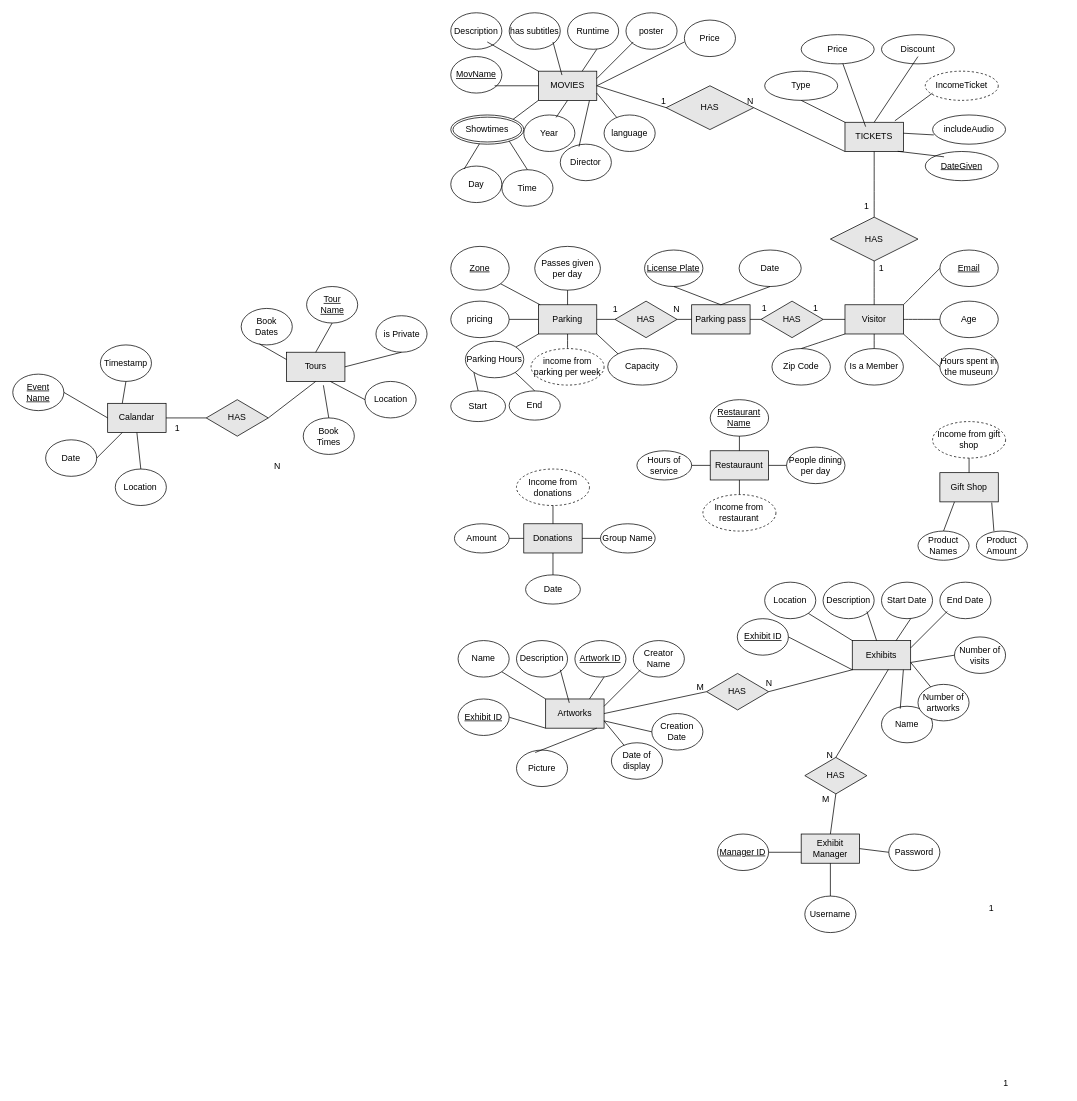
Above: Untitled Diagram.drawio in parzival-3x/MuseumDBProject (draw.io), before the change. Source tidied: cells renumbered, new cells numbered last; positions are measured from the earlier drawing's top-left corner, leaving out a move shared by most shapes. Both pictures are drawn from the tidied source at 73%, with x=0, y=0 at pixel (12, 12).
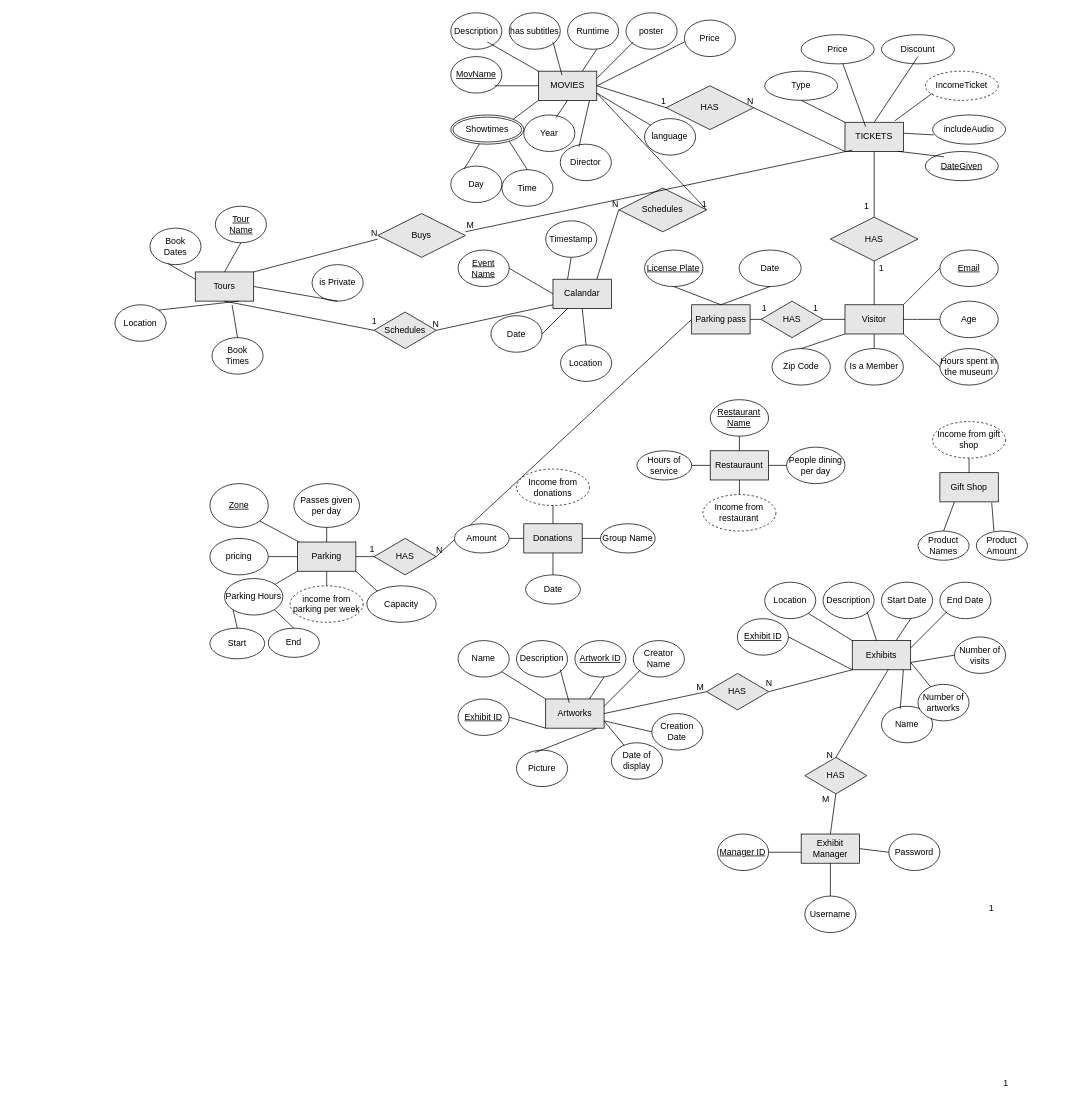
The same page after the edit.

Diff of the diagram source:
```diff
@@
     <mxCell id="9" value="language" style="ellipse;whiteSpace=wrap;html=1;labelBackgroundColor=none;strokeColor=default;fontColor=default;fillColor=#FFFFFF;" parent="1" vertex="1">
-      <mxGeometry x="810" y="140" width="70" height="50" as="geometry" />
+      <mxGeometry x="865.4" y="145" width="70" height="50" as="geometry" />
     </mxCell>
@@
     <mxCell id="44" value="Parking" style="rounded=0;whiteSpace=wrap;html=1;labelBackgroundColor=none;fillColor=#E6E6E6;strokeColor=default;align=center;fontColor=default;" parent="1" vertex="1">
-      <mxGeometry x="720" y="400" width="80" height="40" as="geometry" />
+      <mxGeometry x="390" y="725" width="80" height="40" as="geometry" />
     </mxCell>
     <mxCell id="45" value="Zone" style="ellipse;whiteSpace=wrap;html=1;fontStyle=4;" parent="1" vertex="1">
-      <mxGeometry x="600" y="320" width="80" height="60" as="geometry" />
+      <mxGeometry x="270" y="645" width="80" height="60" as="geometry" />
     </mxCell>
     <mxCell id="46" value="pricing" style="ellipse;whiteSpace=wrap;html=1;" parent="1" vertex="1">
-      <mxGeometry x="600" y="395" width="80" height="50" as="geometry" />
+      <mxGeometry x="270" y="720" width="80" height="50" as="geometry" />
     </mxCell>
     <mxCell id="47" value="Parking Hours" style="ellipse;whiteSpace=wrap;html=1;" parent="1" vertex="1">
-      <mxGeometry x="620" y="450" width="80" height="50" as="geometry" />
+      <mxGeometry x="290" y="775" width="80" height="50" as="geometry" />
     </mxCell>
     <mxCell id="48" value="Passes given per day" style="ellipse;whiteSpace=wrap;html=1;" parent="1" vertex="1">
-      <mxGeometry x="715" y="320" width="90" height="60" as="geometry" />
+      <mxGeometry x="385" y="645" width="90" height="60" as="geometry" />
     </mxCell>
     <mxCell id="49" value="income from parking per week" style="ellipse;whiteSpace=wrap;html=1;dashed=1;" parent="1" vertex="1">
-      <mxGeometry x="710" y="460" width="100" height="50" as="geometry" />
+      <mxGeometry x="380" y="785" width="100" height="50" as="geometry" />
     </mxCell>
@@
     <mxCell id="72" value="Capacity" style="ellipse;whiteSpace=wrap;html=1;" parent="1" vertex="1">
-      <mxGeometry x="815" y="460" width="95" height="50" as="geometry" />
+      <mxGeometry x="485" y="785" width="95" height="50" as="geometry" />
     </mxCell>
@@
     <mxCell id="74" style="endArrow=none;html=1;rounded=0;exitX=1;exitY=0.5;exitDx=0;exitDy=0;" parent="1" edge="1" source="44">
       <mxGeometry relative="1" as="geometry">
-        <mxPoint x="840" y="420" as="targetPoint" />
+        <mxPoint x="510" y="745" as="targetPoint" />
       </mxGeometry>
     </mxCell>
     <mxCell id="75" value="HAS" style="shape=rhombus;perimeter=rhombusPerimeter;whiteSpace=wrap;html=1;align=center;labelBackgroundColor=none;strokeColor=default;fontColor=default;fillColor=#E6E6E6;" parent="1" vertex="1">
-      <mxGeometry x="825" y="395" width="85" height="50" as="geometry" />
+      <mxGeometry x="495" y="720" width="85" height="50" as="geometry" />
     </mxCell>
@@
     <mxCell id="77" value="N" style="html=1;align=right;verticalAlign=bottom;labelBackgroundColor=none;strokeColor=default;fontColor=default;fillColor=#E6E6E6;" parent="1" vertex="1">
-      <mxGeometry x="1025" y="140" as="geometry">
+      <mxGeometry x="700" y="470" as="geometry">
         <mxPoint x="-111" y="275" as="offset" />
       </mxGeometry>
     </mxCell>
     <mxCell id="78" value="1" style="html=1;align=right;verticalAlign=bottom;labelBackgroundColor=none;strokeColor=default;fontColor=default;fillColor=#E6E6E6;" parent="1" vertex="1">
-      <mxGeometry x="905.4" y="140.1" as="geometry">
-        <mxPoint x="-76" y="275" as="offset" />
+      <mxGeometry x="680" y="355" as="geometry">
+        <mxPoint x="-181" y="76" as="offset" />
       </mxGeometry>
     </mxCell>
@@
     <mxCell id="89" value="Start" style="ellipse;whiteSpace=wrap;html=1;shadow=0;" parent="1" vertex="1">
-      <mxGeometry x="600" y="518" width="75" height="42" as="geometry" />
+      <mxGeometry x="270" y="843" width="75" height="42" as="geometry" />
     </mxCell>
     <mxCell id="90" value="End" style="ellipse;whiteSpace=wrap;html=1;shadow=0;" parent="1" vertex="1">
-      <mxGeometry x="680" y="518" width="70" height="40" as="geometry" />
+      <mxGeometry x="350" y="843" width="70" height="40" as="geometry" />
     </mxCell>
@@
     <mxCell id="159" value="Calandar" style="rounded=0;whiteSpace=wrap;html=1;labelBackgroundColor=none;fillColor=#E6E6E6;strokeColor=default;align=center;fontColor=default;" parent="1" vertex="1">
-      <mxGeometry x="130" y="535" width="80" height="40" as="geometry" />
+      <mxGeometry x="740" y="365" width="80" height="40" as="geometry" />
     </mxCell>
     <mxCell id="160" value="&lt;u&gt;Event&lt;br&gt;Name&lt;/u&gt;" style="ellipse;whiteSpace=wrap;html=1;labelBackgroundColor=none;strokeColor=default;fontColor=default;fillColor=#FFFFFF;" parent="1" vertex="1">
-      <mxGeometry y="495" width="70" height="50" as="geometry" />
+      <mxGeometry x="610" y="325" width="70" height="50" as="geometry" />
     </mxCell>
@@
     <mxCell id="162" value="Date" style="ellipse;whiteSpace=wrap;html=1;labelBackgroundColor=none;strokeColor=default;fontColor=default;fillColor=#FFFFFF;" parent="1" vertex="1">
-      <mxGeometry x="45" y="585" width="70" height="50" as="geometry" />
+      <mxGeometry x="655" y="415" width="70" height="50" as="geometry" />
     </mxCell>
     <mxCell id="163" value="Timestamp" style="ellipse;whiteSpace=wrap;html=1;labelBackgroundColor=none;strokeColor=default;fontColor=default;fillColor=#FFFFFF;" parent="1" vertex="1">
-      <mxGeometry x="120" y="455" width="70" height="50" as="geometry" />
+      <mxGeometry x="730" y="285" width="70" height="50" as="geometry" />
     </mxCell>
     <mxCell id="164" value="Location" style="ellipse;whiteSpace=wrap;html=1;labelBackgroundColor=none;strokeColor=default;fontColor=default;fillColor=#FFFFFF;" parent="1" vertex="1">
-      <mxGeometry x="140.4" y="625" width="70" height="50" as="geometry" />
+      <mxGeometry x="750.4" y="455" width="70" height="50" as="geometry" />
     </mxCell>
     <mxCell id="165" value="Tours" style="rounded=0;whiteSpace=wrap;html=1;labelBackgroundColor=none;fillColor=#E6E6E6;strokeColor=default;align=center;fontColor=default;" parent="1" vertex="1">
-      <mxGeometry x="375" y="465" width="80" height="40" as="geometry" />
+      <mxGeometry x="250" y="355" width="80" height="40" as="geometry" />
     </mxCell>
@@
-    <mxCell id="169" value="HAS" style="shape=rhombus;perimeter=rhombusPerimeter;whiteSpace=wrap;html=1;align=center;labelBackgroundColor=none;strokeColor=default;fontColor=default;fillColor=#E6E6E6;" parent="1" vertex="1">
-      <mxGeometry x="265" y="530" width="85" height="50" as="geometry" />
+    <mxCell id="169" value="Schedules" style="shape=rhombus;perimeter=rhombusPerimeter;whiteSpace=wrap;html=1;align=center;labelBackgroundColor=none;strokeColor=default;fontColor=default;fillColor=#E6E6E6;" parent="1" vertex="1">
+      <mxGeometry x="495" y="410" width="85" height="50" as="geometry" />
     </mxCell>
-    <mxCell id="170" style="endArrow=none;html=1;rounded=0;exitX=1;exitY=0.5;exitDx=0;exitDy=0;entryX=0;entryY=0.5;entryDx=0;entryDy=0;" parent="1" edge="1" source="159" target="169">
-      <mxGeometry relative="1" as="geometry" />
+    <mxCell id="170" style="endArrow=none;html=1;rounded=0;entryX=1;entryY=0.5;entryDx=0;entryDy=0;" parent="1" edge="1" target="169">
+      <mxGeometry relative="1" as="geometry">
+        <mxPoint x="740" y="400" as="sourcePoint" />
+      </mxGeometry>
     </mxCell>
-    <mxCell id="171" style="endArrow=none;html=1;rounded=0;entryX=0.5;entryY=1;entryDx=0;entryDy=0;exitX=1;exitY=0.5;exitDx=0;exitDy=0;" parent="1" edge="1" source="169" target="165">
+    <mxCell id="171" style="endArrow=none;html=1;rounded=0;entryX=0.5;entryY=1;entryDx=0;entryDy=0;exitX=0;exitY=0.5;exitDx=0;exitDy=0;" parent="1" edge="1" source="169" target="165">
       <mxGeometry relative="1" as="geometry" />
     </mxCell>
     <mxCell id="172" value="Book&lt;br&gt;Dates" style="ellipse;whiteSpace=wrap;html=1;labelBackgroundColor=none;strokeColor=default;fontColor=default;fillColor=#FFFFFF;" parent="1" vertex="1">
-      <mxGeometry x="312.9" y="405" width="70" height="50" as="geometry" />
+      <mxGeometry x="187.9" y="295" width="70" height="50" as="geometry" />
     </mxCell>
     <mxCell id="173" value="&lt;u&gt;Tour&lt;br&gt;Name&lt;/u&gt;" style="ellipse;whiteSpace=wrap;html=1;labelBackgroundColor=none;strokeColor=default;fontColor=default;fillColor=#FFFFFF;" parent="1" vertex="1">
-      <mxGeometry x="402.5" y="375" width="70" height="50" as="geometry" />
+      <mxGeometry x="277.5" y="265" width="70" height="50" as="geometry" />
     </mxCell>
     <mxCell id="174" value="is Private" style="ellipse;whiteSpace=wrap;html=1;labelBackgroundColor=none;strokeColor=default;fontColor=default;fillColor=#FFFFFF;" parent="1" vertex="1">
-      <mxGeometry x="497.5" y="415" width="70" height="50" as="geometry" />
+      <mxGeometry x="410" y="345" width="70" height="50" as="geometry" />
     </mxCell>
     <mxCell id="175" value="Location" style="ellipse;whiteSpace=wrap;html=1;labelBackgroundColor=none;strokeColor=default;fontColor=default;fillColor=#FFFFFF;" parent="1" vertex="1">
-      <mxGeometry x="482.5" y="505" width="70" height="50" as="geometry" />
+      <mxGeometry x="140" y="400" width="70" height="50" as="geometry" />
     </mxCell>
@@
-    <mxCell id="178" style="endArrow=none;html=1;rounded=0;entryX=0.75;entryY=1;entryDx=0;entryDy=0;exitX=0;exitY=0.5;exitDx=0;exitDy=0;" parent="1" edge="1" source="175" target="165">
+    <mxCell id="178" style="endArrow=none;html=1;rounded=0;entryX=0.75;entryY=1;entryDx=0;entryDy=0;exitX=1;exitY=0;exitDx=0;exitDy=0;" parent="1" edge="1" source="175" target="165">
       <mxGeometry relative="1" as="geometry" />
     </mxCell>
@@
     <mxCell id="180" value="Book&lt;br&gt;Times" style="ellipse;whiteSpace=wrap;html=1;labelBackgroundColor=none;strokeColor=default;fontColor=default;fillColor=#FFFFFF;" parent="1" vertex="1">
-      <mxGeometry x="397.9" y="555" width="70" height="50" as="geometry" />
+      <mxGeometry x="272.9" y="445" width="70" height="50" as="geometry" />
     </mxCell>
@@
     <mxCell id="192" value="1" style="html=1;align=right;verticalAlign=bottom;labelBackgroundColor=none;strokeColor=default;fontColor=default;fillColor=#E6E6E6;" parent="1" vertex="1">
-      <mxGeometry x="352.5" y="355" as="geometry">
+      <mxGeometry x="620" y="520" as="geometry">
         <mxPoint x="-124" y="223" as="offset" />
       </mxGeometry>
     </mxCell>
     <mxCell id="193" value="N" style="html=1;align=right;verticalAlign=bottom;labelBackgroundColor=none;strokeColor=default;fontColor=default;fillColor=#E6E6E6;" parent="1" vertex="1">
-      <mxGeometry x="442.9" y="355" as="geometry">
+      <mxGeometry x="660" y="160" as="geometry">
         <mxPoint x="-76" y="275" as="offset" />
       </mxGeometry>
     </mxCell>
@@
+    <mxCell id="196" value="Schedules" style="shape=rhombus;perimeter=rhombusPerimeter;whiteSpace=wrap;html=1;align=center;fillColor=#E6E6E6;" parent="1" vertex="1">
+      <mxGeometry x="830.4" y="240" width="120" height="60" as="geometry" />
+    </mxCell>
+    <mxCell id="197" style="endArrow=none;html=1;rounded=0;entryX=1;entryY=0.5;entryDx=0;entryDy=0;" parent="1" edge="1" target="196">
+      <mxGeometry relative="1" as="geometry">
+        <mxPoint x="800" y="110" as="sourcePoint" />
+      </mxGeometry>
+    </mxCell>
+    <mxCell id="198" value="1" style="html=1;align=right;verticalAlign=bottom;fillColor=#E6E6E6;" parent="197" vertex="1">
+      <mxGeometry x="1" relative="1" as="geometry" />
+    </mxCell>
+    <mxCell id="199" style="endArrow=none;html=1;rounded=0;exitX=0.75;exitY=0;exitDx=0;exitDy=0;" parent="1" edge="1" source="159">
+      <mxGeometry relative="1" as="geometry">
+        <mxPoint x="830" y="270" as="targetPoint" />
+      </mxGeometry>
+    </mxCell>
+    <mxCell id="200" value="N" style="html=1;align=right;verticalAlign=bottom;fillColor=#E6E6E6;" parent="199" vertex="1">
+      <mxGeometry x="1" relative="1" as="geometry" />
+    </mxCell>
+    <mxCell id="201" value="Buys" style="shape=rhombus;perimeter=rhombusPerimeter;whiteSpace=wrap;html=1;align=center;fillColor=#E6E6E6;" parent="1" vertex="1">
+      <mxGeometry x="500" y="275" width="120" height="60" as="geometry" />
+    </mxCell>
+    <mxCell id="202" style="endArrow=none;html=1;rounded=0;" parent="1" edge="1">
+      <mxGeometry relative="1" as="geometry">
+        <mxPoint x="620" y="300" as="sourcePoint" />
+        <mxPoint x="1150" y="188.2" as="targetPoint" />
+      </mxGeometry>
+    </mxCell>
+    <mxCell id="203" value="M" style="html=1;align=left;verticalAlign=bottom;fillColor=#E6E6E6;" parent="202" vertex="1">
+      <mxGeometry x="-1" relative="1" as="geometry" />
+    </mxCell>
+    <mxCell id="204" style="endArrow=none;html=1;rounded=0;exitX=1;exitY=0;exitDx=0;exitDy=0;" parent="1" edge="1" source="165">
+      <mxGeometry relative="1" as="geometry">
+        <mxPoint x="500" y="310" as="targetPoint" />
+      </mxGeometry>
+    </mxCell>
+    <mxCell id="205" value="N" style="html=1;align=right;verticalAlign=bottom;fillColor=#E6E6E6;" parent="204" vertex="1">
+      <mxGeometry x="1" relative="1" as="geometry" />
+    </mxCell>
```
